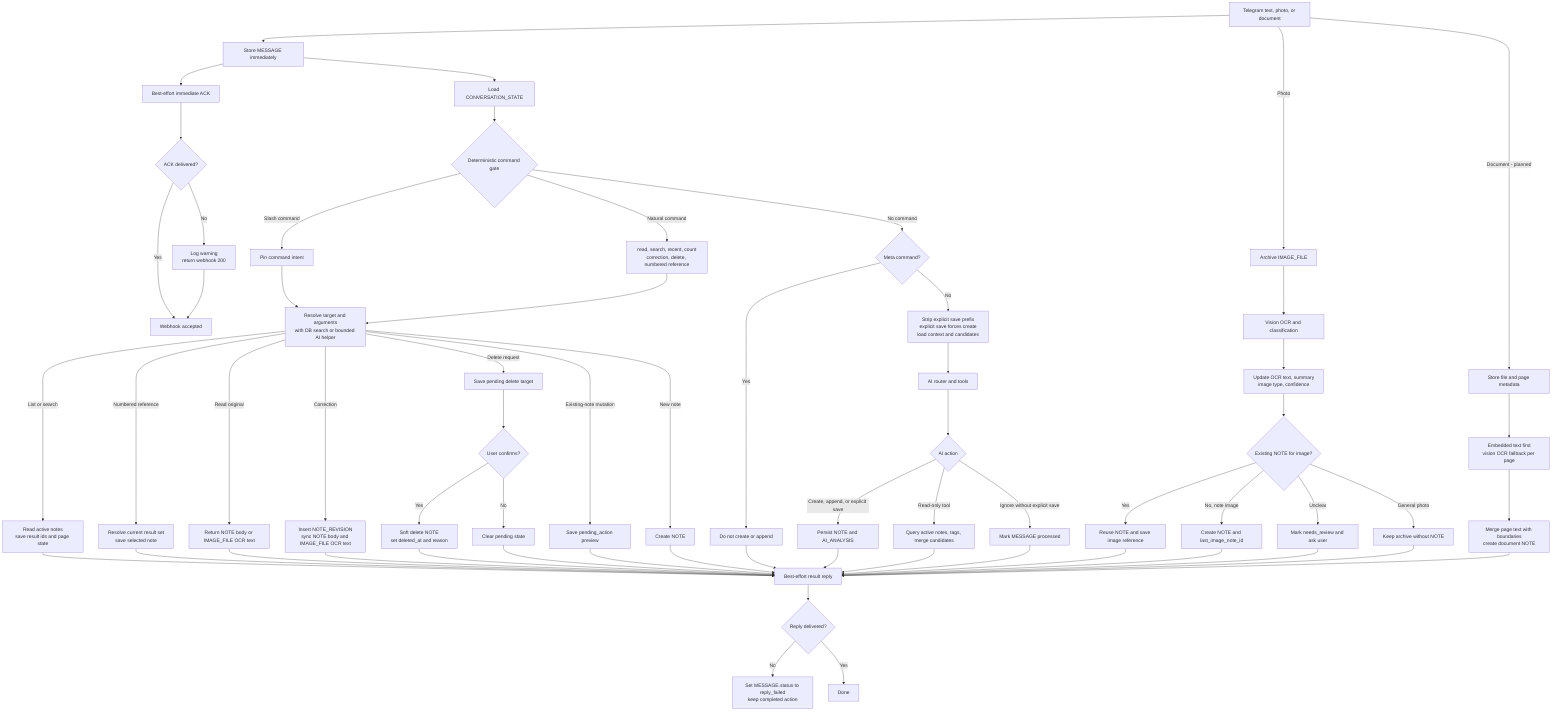
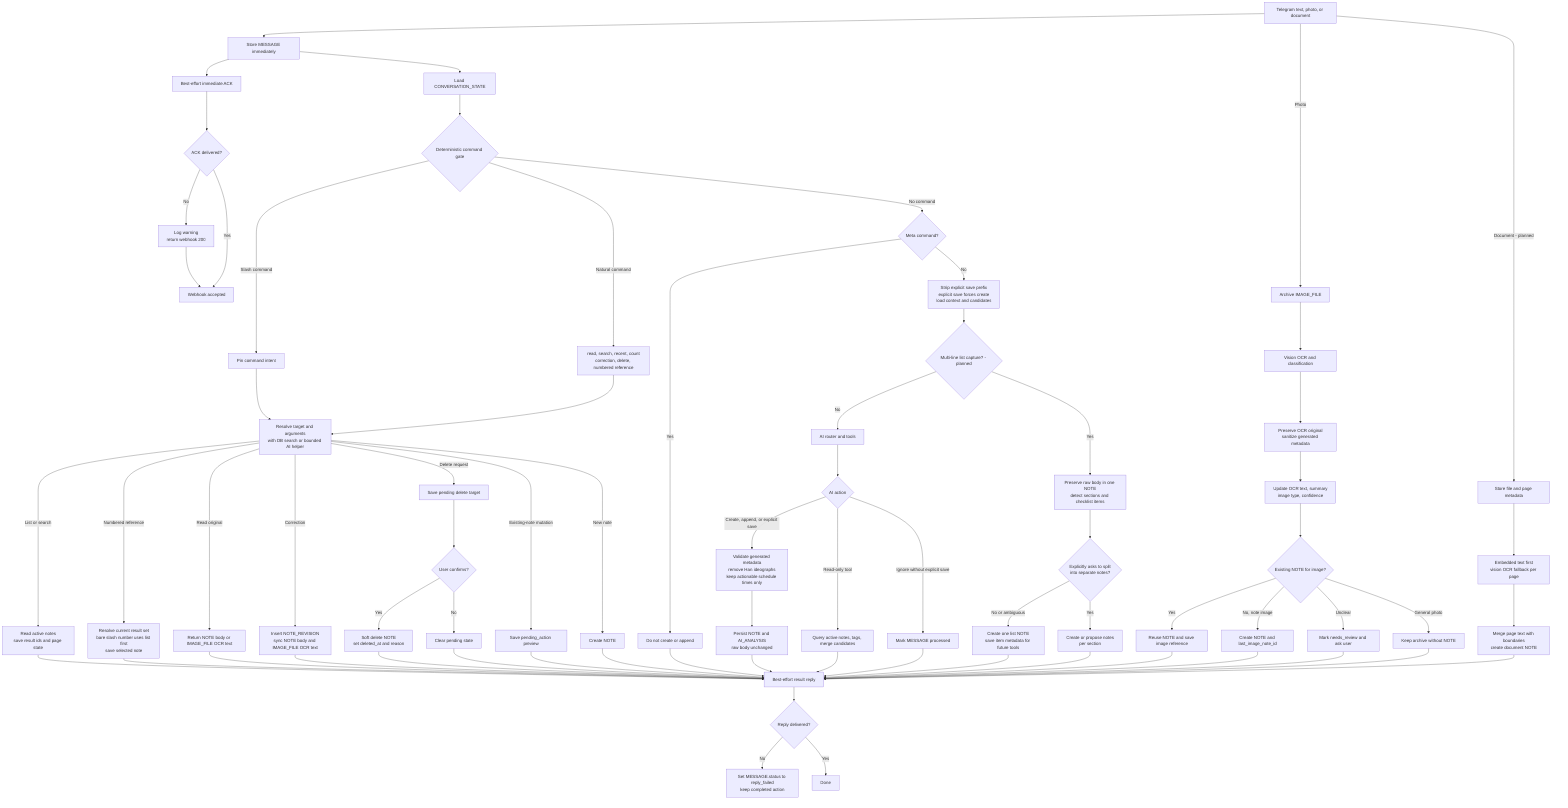
flowchart TD
    Input["Telegram text, photo, or document"] --> Store["Store MESSAGE immediately"]
    Store --> Ack["Best-effort immediate ACK"]
    Ack --> AckResult{"ACK delivered?"}
    AckResult -->|No| AckLog["Log warning<br/>return webhook 200"]
    AckResult -->|Yes| Accepted["Webhook accepted"]
    AckLog --> Accepted

    Store --> State["Load CONVERSATION_STATE"]
    State --> Gate{"Deterministic command gate"}

    Gate -->|Slash command| Slash["Pin command intent"]
    Gate -->|Natural command| Command["read, search, recent, count<br/>correction, delete, numbered reference"]
    Slash --> Resolve["Resolve target and arguments<br/>with DB search or bounded AI helper"]
    Command --> Resolve

    Resolve -->|List or search| List["Read active notes<br/>save result ids and page state"]
-     Resolve -->|Numbered reference| Select["Resolve current result set<br/>save selected note"]
+     Resolve -->|Numbered reference| Select["Resolve current result set<br/>bare slash number uses list first<br/>save selected note"]
    Resolve -->|Read original| Read["Return NOTE body or IMAGE_FILE OCR text"]
    Resolve -->|Correction| Correct["Insert NOTE_REVISION<br/>sync NOTE body and IMAGE_FILE OCR text"]
    Resolve -->|Delete request| DeleteAsk["Save pending delete target"]
    DeleteAsk --> DeleteConfirm{"User confirms?"}
    DeleteConfirm -->|Yes| SoftDelete["Soft delete NOTE<br/>set deleted_at and reason"]
    DeleteConfirm -->|No| Cancel["Clear pending state"]
    Resolve -->|Existing-note mutation| Preview["Save pending_action preview"]
    Resolve -->|New note| Create["Create NOTE"]

    Gate -->|No command| Meta{"Meta command?"}
    Meta -->|Yes| NoSave["Do not create or append"]
    Meta -->|No| Prep["Strip explicit save prefix<br/>explicit save forces create<br/>load context and candidates"]
-     Prep --> Agent["AI router and tools"]
+     Prep --> Batch{"Multi-line list capture? - planned"}
+     Batch -->|No| Agent["AI router and tools"]
+     Batch -->|Yes| Structure["Preserve raw body in one NOTE<br/>detect sections and checklist items"]
+     Structure --> Split{"Explicitly asks to split<br/>into separate notes?"}
+     Split -->|No or ambiguous| ListNote["Create one list NOTE<br/>save item metadata for future tools"]
+     Split -->|Yes| SplitNotes["Create or propose notes<br/>per section"]
    Agent --> AgentAction{"AI action"}
-     AgentAction -->|Create, append, or explicit save| Save["Persist NOTE and AI_ANALYSIS"]
+     AgentAction -->|Create, append, or explicit save| Metadata["Validate generated metadata<br/>remove Han ideographs<br/>keep actionable schedule times only"]
+     Metadata --> Save["Persist NOTE and AI_ANALYSIS<br/>raw body unchanged"]
    AgentAction -->|Read-only tool| Tool["Query active notes, tags, merge candidates"]
    AgentAction -->|Ignore without explicit save| Ignore["Mark MESSAGE processed"]

    Input -->|Photo| Image["Archive IMAGE_FILE"]
    Image --> Vision["Vision OCR and classification"]
-     Vision --> ImageData["Update OCR text, summary<br/>image type, confidence"]
+     Vision --> ImageMetadata["Preserve OCR original<br/>sanitize generated metadata"]
+     ImageMetadata --> ImageData["Update OCR text, summary<br/>image type, confidence"]
    ImageData --> Existing{"Existing NOTE for image?"}
    Existing -->|Yes| Reuse["Reuse NOTE and save image reference"]
    Existing -->|No, note image| ImageNote["Create NOTE and last_image_note_id"]
    Existing -->|Unclear| Review["Mark needs_review and ask user"]
    Existing -->|General photo| ArchiveOnly["Keep archive without NOTE"]

    Input -->|Document - planned| Document["Store file and page metadata"]
    Document --> Pages["Embedded text first<br/>vision OCR fallback per page"]
    Pages --> DocumentNote["Merge page text with boundaries<br/>create document NOTE"]

    List --> Reply["Best-effort result reply"]
    Select --> Reply
    Read --> Reply
    Correct --> Reply
    SoftDelete --> Reply
    Cancel --> Reply
    Preview --> Reply
    Create --> Reply
    NoSave --> Reply
    Save --> Reply
    Tool --> Reply
+     ListNote --> Reply
+     SplitNotes --> Reply
    Ignore --> Reply
    Reuse --> Reply
    ImageNote --> Reply
    Review --> Reply
    ArchiveOnly --> Reply
    DocumentNote --> Reply

    Reply --> ReplyResult{"Reply delivered?"}
    ReplyResult -->|No| ReplyFailed["Set MESSAGE.status to reply_failed<br/>keep completed action"]
-     ReplyResult -->|Yes| Done["Done"]+     ReplyResult -->|Yes| Done["Done"]
